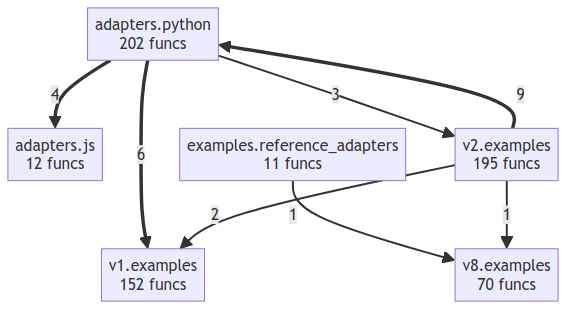
Before: project/compact_flow.png, a diagram exported from Mermaid (if-uri/urirun). Its source is kept beside it as project/compact_flow.mmd. Its diagram source:
```mermaid
flowchart TD
    adapters__js["adapters.js<br/>12 funcs"]
    adapters__python["adapters.python<br/>202 funcs"]
    examples__reference_adapters["examples.reference_adapters<br/>11 funcs"]
    v1__examples["v1.examples<br/>152 funcs"]
    v2__examples["v2.examples<br/>195 funcs"]
    v8__examples["v8.examples<br/>70 funcs"]
    v2__examples ==>|9| adapters__python
    adapters__python ==>|6| v1__examples
    adapters__python ==>|4| adapters__js
    adapters__python -->|3| v2__examples
    v2__examples -->|2| v1__examples
    examples__reference_adapters -->|1| v8__examples
    v2__examples -->|1| v8__examples
```
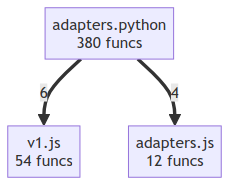
The same file after the commit.

The edit, as a diff of the source:
```diff
@@ -1,14 +1,6 @@
 flowchart TD
     adapters__js["adapters.js<br/>12 funcs"]
-    adapters__python["adapters.python<br/>202 funcs"]
-    examples__reference_adapters["examples.reference_adapters<br/>11 funcs"]
-    v1__examples["v1.examples<br/>152 funcs"]
-    v2__examples["v2.examples<br/>195 funcs"]
-    v8__examples["v8.examples<br/>70 funcs"]
-    v2__examples ==>|9| adapters__python
-    adapters__python ==>|6| v1__examples
+    adapters__python["adapters.python<br/>380 funcs"]
+    v1__js["v1.js<br/>54 funcs"]
+    adapters__python ==>|6| v1__js
     adapters__python ==>|4| adapters__js
-    adapters__python -->|3| v2__examples
-    v2__examples -->|2| v1__examples
-    examples__reference_adapters -->|1| v8__examples
-    v2__examples -->|1| v8__examples
```
